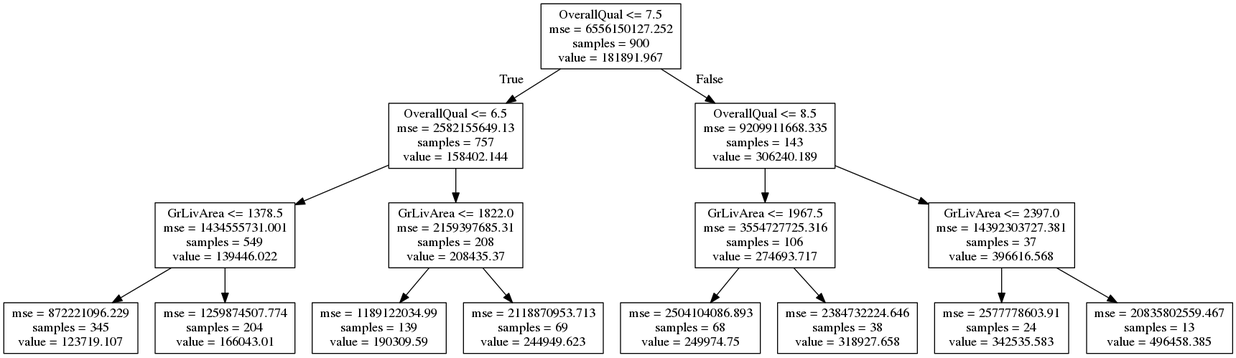
The Graphviz diagram Notebooks/challenges/tree.png in Gadiben/AML2018, before a commit. Its source is kept beside it as Notebooks/challenges/tree.dot. Source of this version:
```dot
digraph Tree {
node [shape=box] ;
0 [label="OverallQual <= 7.5\nmse = 6556150127.252\nsamples = 900\nvalue = 181891.967"] ;
1 [label="OverallQual <= 6.5\nmse = 2582155649.13\nsamples = 757\nvalue = 158402.144"] ;
0 -> 1 [labeldistance=2.5, labelangle=45, headlabel="True"] ;
2 [label="GrLivArea <= 1378.5\nmse = 1434555731.001\nsamples = 549\nvalue = 139446.022"] ;
1 -> 2 ;
3 [label="mse = 872221096.229\nsamples = 345\nvalue = 123719.107"] ;
2 -> 3 ;
4 [label="mse = 1259874507.774\nsamples = 204\nvalue = 166043.01"] ;
2 -> 4 ;
5 [label="GrLivArea <= 1822.0\nmse = 2159397685.31\nsamples = 208\nvalue = 208435.37"] ;
1 -> 5 ;
6 [label="mse = 1189122034.99\nsamples = 139\nvalue = 190309.59"] ;
5 -> 6 ;
7 [label="mse = 2118870953.713\nsamples = 69\nvalue = 244949.623"] ;
5 -> 7 ;
8 [label="OverallQual <= 8.5\nmse = 9209911668.335\nsamples = 143\nvalue = 306240.189"] ;
0 -> 8 [labeldistance=2.5, labelangle=-45, headlabel="False"] ;
9 [label="GrLivArea <= 1967.5\nmse = 3554727725.316\nsamples = 106\nvalue = 274693.717"] ;
8 -> 9 ;
10 [label="mse = 2504104086.893\nsamples = 68\nvalue = 249974.75"] ;
9 -> 10 ;
11 [label="mse = 2384732224.646\nsamples = 38\nvalue = 318927.658"] ;
9 -> 11 ;
12 [label="GrLivArea <= 2397.0\nmse = 14392303727.381\nsamples = 37\nvalue = 396616.568"] ;
8 -> 12 ;
13 [label="mse = 2577778603.91\nsamples = 24\nvalue = 342535.583"] ;
12 -> 13 ;
14 [label="mse = 20835802559.467\nsamples = 13\nvalue = 496458.385"] ;
12 -> 14 ;
}
```
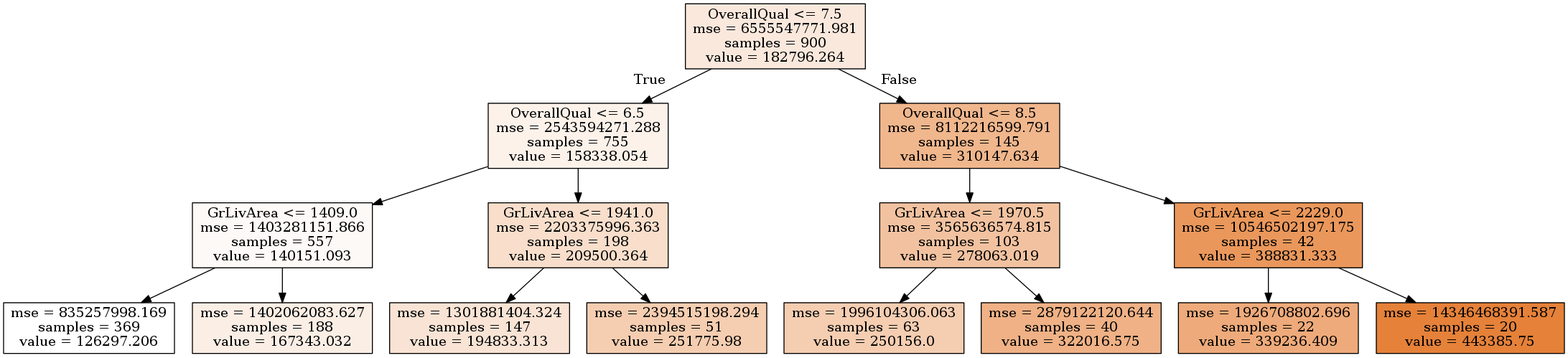
The same file after the commit.

Commit message:
single tree interpretation

Change to the diagram source:
```diff
@@ -1,32 +1,32 @@
 digraph Tree {
-node [shape=box] ;
-0 [label="OverallQual <= 7.5\nmse = 6556150127.252\nsamples = 900\nvalue = 181891.967"] ;
-1 [label="OverallQual <= 6.5\nmse = 2582155649.13\nsamples = 757\nvalue = 158402.144"] ;
+node [shape=box, style="filled", color="black"] ;
+0 [label="OverallQual <= 7.5\nmse = 6555547771.981\nsamples = 900\nvalue = 182796.264", fillcolor="#e581392d"] ;
+1 [label="OverallQual <= 6.5\nmse = 2543594271.288\nsamples = 755\nvalue = 158338.054", fillcolor="#e581391a"] ;
 0 -> 1 [labeldistance=2.5, labelangle=45, headlabel="True"] ;
-2 [label="GrLivArea <= 1378.5\nmse = 1434555731.001\nsamples = 549\nvalue = 139446.022"] ;
+2 [label="GrLivArea <= 1409.0\nmse = 1403281151.866\nsamples = 557\nvalue = 140151.093", fillcolor="#e581390b"] ;
 1 -> 2 ;
-3 [label="mse = 872221096.229\nsamples = 345\nvalue = 123719.107"] ;
+3 [label="mse = 835257998.169\nsamples = 369\nvalue = 126297.206", fillcolor="#e5813900"] ;
 2 -> 3 ;
-4 [label="mse = 1259874507.774\nsamples = 204\nvalue = 166043.01"] ;
+4 [label="mse = 1402062083.627\nsamples = 188\nvalue = 167343.032", fillcolor="#e5813921"] ;
 2 -> 4 ;
-5 [label="GrLivArea <= 1822.0\nmse = 2159397685.31\nsamples = 208\nvalue = 208435.37"] ;
+5 [label="GrLivArea <= 1941.0\nmse = 2203375996.363\nsamples = 198\nvalue = 209500.364", fillcolor="#e5813943"] ;
 1 -> 5 ;
-6 [label="mse = 1189122034.99\nsamples = 139\nvalue = 190309.59"] ;
+6 [label="mse = 1301881404.324\nsamples = 147\nvalue = 194833.313", fillcolor="#e5813937"] ;
 5 -> 6 ;
-7 [label="mse = 2118870953.713\nsamples = 69\nvalue = 244949.623"] ;
+7 [label="mse = 2394515198.294\nsamples = 51\nvalue = 251775.98", fillcolor="#e5813965"] ;
 5 -> 7 ;
-8 [label="OverallQual <= 8.5\nmse = 9209911668.335\nsamples = 143\nvalue = 306240.189"] ;
+8 [label="OverallQual <= 8.5\nmse = 8112216599.791\nsamples = 145\nvalue = 310147.634", fillcolor="#e5813994"] ;
 0 -> 8 [labeldistance=2.5, labelangle=-45, headlabel="False"] ;
-9 [label="GrLivArea <= 1967.5\nmse = 3554727725.316\nsamples = 106\nvalue = 274693.717"] ;
+9 [label="GrLivArea <= 1970.5\nmse = 3565636574.815\nsamples = 103\nvalue = 278063.019", fillcolor="#e581397a"] ;
 8 -> 9 ;
-10 [label="mse = 2504104086.893\nsamples = 68\nvalue = 249974.75"] ;
+10 [label="mse = 1996104306.063\nsamples = 63\nvalue = 250156.0", fillcolor="#e5813964"] ;
 9 -> 10 ;
-11 [label="mse = 2384732224.646\nsamples = 38\nvalue = 318927.658"] ;
+11 [label="mse = 2879122120.644\nsamples = 40\nvalue = 322016.575", fillcolor="#e581399d"] ;
 9 -> 11 ;
-12 [label="GrLivArea <= 2397.0\nmse = 14392303727.381\nsamples = 37\nvalue = 396616.568"] ;
+12 [label="GrLivArea <= 2229.0\nmse = 10546502197.175\nsamples = 42\nvalue = 388831.333", fillcolor="#e58139d3"] ;
 8 -> 12 ;
-13 [label="mse = 2577778603.91\nsamples = 24\nvalue = 342535.583"] ;
+13 [label="mse = 1926708802.696\nsamples = 22\nvalue = 339236.409", fillcolor="#e58139ab"] ;
 12 -> 13 ;
-14 [label="mse = 20835802559.467\nsamples = 13\nvalue = 496458.385"] ;
+14 [label="mse = 14346468391.587\nsamples = 20\nvalue = 443385.75", fillcolor="#e58139ff"] ;
 12 -> 14 ;
 }
```
